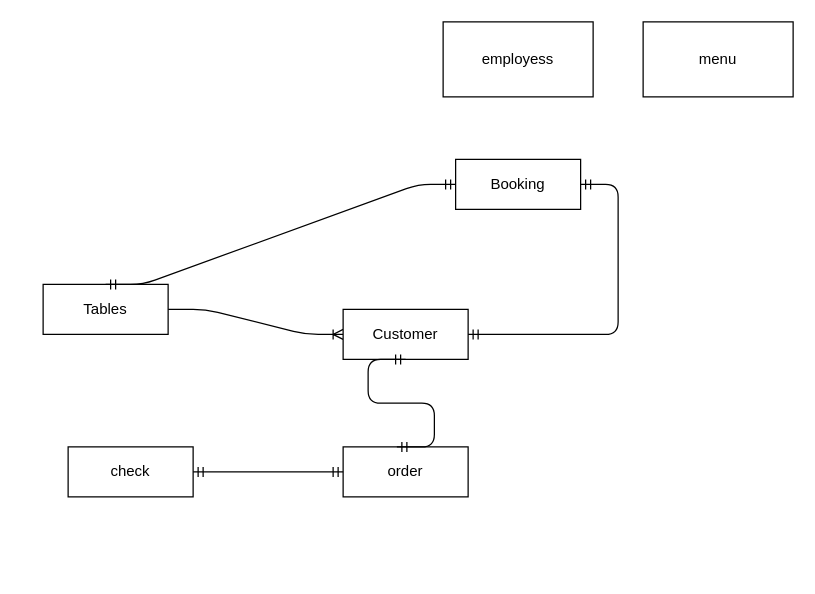
Before: Untitled Diagram.drawio in Dmitryitis/Restotanr, a draw.io diagram. Source tidied: cells renumbered, new cells numbered last; positions are measured from the earlier drawing's top-left corner, leaving out a move shared by most shapes. Both pictures are drawn from the tidied source at 125%, with x=0, y=0 at pixel (42, 21).
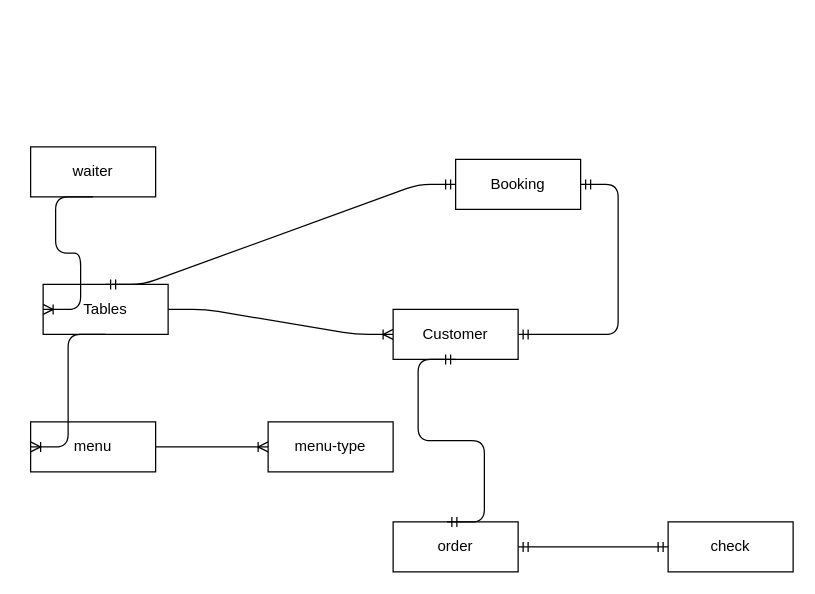
After the change.

The edit, as a diff of the source:
```diff
@@
 <mxGraphModel>
   <root>
     <mxCell id="0" />
     <mxCell id="1" parent="0" />
-    <mxCell id="2" style="rounded=0;whiteSpace=wrap;html=1;" parent="1" vertex="1">
-      <mxGeometry x="320" width="120" height="60" as="geometry" />
-    </mxCell>
-    <mxCell id="3" value="employess" style="text;html=1;strokeColor=none;fillColor=none;align=center;verticalAlign=middle;whiteSpace=wrap;rounded=0;" parent="1" vertex="1">
-      <mxGeometry x="360" y="20" width="40" height="20" as="geometry" />
-    </mxCell>
-    <mxCell id="4" style="rounded=0;whiteSpace=wrap;html=1;" parent="1" vertex="1">
-      <mxGeometry x="480" width="120" height="60" as="geometry" />
-    </mxCell>
-    <mxCell id="5" value="menu" style="text;html=1;strokeColor=none;fillColor=none;align=center;verticalAlign=middle;whiteSpace=wrap;rounded=0;" parent="1" vertex="1">
-      <mxGeometry x="520" y="20" width="40" height="20" as="geometry" />
-    </mxCell>
     <mxCell id="6" style="edgeStyle=entityRelationEdgeStyle;fontSize=12;html=1;endArrow=ERoneToMany;exitX=1;exitY=0.5;exitDx=0;exitDy=0;" parent="1" edge="1" source="8" target="7">
       <mxGeometry relative="1" as="geometry" />
     </mxCell>
     <mxCell id="7" value="Customer" style="whiteSpace=wrap;html=1;align=center;" parent="1" vertex="1">
-      <mxGeometry x="240" y="230" width="100" height="40" as="geometry" />
+      <mxGeometry x="280" y="230" width="100" height="40" as="geometry" />
     </mxCell>
     <mxCell id="8" value="Tables" style="whiteSpace=wrap;html=1;align=center;" parent="1" vertex="1">
       <mxGeometry y="210" width="100" height="40" as="geometry" />
     </mxCell>
     <mxCell id="9" value="Booking" style="whiteSpace=wrap;html=1;align=center;" parent="1" vertex="1">
       <mxGeometry x="330" y="110" width="100" height="40" as="geometry" />
     </mxCell>
     <mxCell id="10" style="edgeStyle=entityRelationEdgeStyle;fontSize=12;html=1;endArrow=ERmandOne;startArrow=ERmandOne;exitX=1;exitY=0.5;exitDx=0;exitDy=0;" parent="1" edge="1" source="7" target="9">
       <mxGeometry relative="1" as="geometry" />
     </mxCell>
     <mxCell id="11" style="edgeStyle=entityRelationEdgeStyle;fontSize=12;html=1;endArrow=ERmandOne;startArrow=ERmandOne;entryX=0;entryY=0.5;entryDx=0;entryDy=0;exitX=0.5;exitY=0;exitDx=0;exitDy=0;" parent="1" edge="1" source="8" target="9">
       <mxGeometry relative="1" as="geometry" />
     </mxCell>
     <mxCell id="12" value="order" style="whiteSpace=wrap;html=1;align=center;" parent="1" vertex="1">
-      <mxGeometry x="240" y="340" width="100" height="40" as="geometry" />
+      <mxGeometry x="280" y="400" width="100" height="40" as="geometry" />
     </mxCell>
     <mxCell id="13" style="edgeStyle=entityRelationEdgeStyle;fontSize=12;html=1;endArrow=ERmandOne;startArrow=ERmandOne;entryX=0.5;entryY=1;entryDx=0;entryDy=0;exitX=0.43;exitY=0;exitDx=0;exitDy=0;exitPerimeter=0;" parent="1" edge="1" source="12" target="7">
       <mxGeometry relative="1" as="geometry" />
     </mxCell>
     <mxCell id="14" value="check" style="whiteSpace=wrap;html=1;align=center;" parent="1" vertex="1">
-      <mxGeometry x="20" y="340" width="100" height="40" as="geometry" />
+      <mxGeometry x="500" y="400" width="100" height="40" as="geometry" />
     </mxCell>
-    <mxCell id="15" style="edgeStyle=entityRelationEdgeStyle;fontSize=12;html=1;endArrow=ERmandOne;startArrow=ERmandOne;entryX=0;entryY=0.5;entryDx=0;entryDy=0;exitX=1;exitY=0.5;exitDx=0;exitDy=0;" parent="1" edge="1" source="14" target="12">
-      <mxGeometry relative="1" as="geometry" />
-    </mxCell>
+    <mxCell id="16" value="waiter" style="whiteSpace=wrap;html=1;align=center;" parent="1" vertex="1">
+      <mxGeometry x="-10" y="100" width="100" height="40" as="geometry" />
+    </mxCell>
+    <mxCell id="17" style="edgeStyle=entityRelationEdgeStyle;fontSize=12;html=1;endArrow=ERoneToMany;exitX=0.5;exitY=1;exitDx=0;exitDy=0;entryX=0;entryY=0.5;entryDx=0;entryDy=0;" parent="1" edge="1" source="16" target="8">
+      <mxGeometry relative="1" as="geometry" />
+    </mxCell>
+    <mxCell id="5" value="menu" style="whiteSpace=wrap;html=1;align=center;" parent="1" vertex="1">
+      <mxGeometry x="-10" y="320" width="100" height="40" as="geometry" />
+    </mxCell>
+    <mxCell id="18" style="edgeStyle=entityRelationEdgeStyle;fontSize=12;html=1;endArrow=ERoneToMany;exitX=0.5;exitY=1;exitDx=0;exitDy=0;entryX=0;entryY=0.5;entryDx=0;entryDy=0;" parent="1" edge="1" source="8" target="5">
+      <mxGeometry relative="1" as="geometry" />
+    </mxCell>
+    <mxCell id="19" value="menu-type" style="whiteSpace=wrap;html=1;align=center;" parent="1" vertex="1">
+      <mxGeometry x="180" y="320" width="100" height="40" as="geometry" />
+    </mxCell>
+    <mxCell id="20" style="edgeStyle=entityRelationEdgeStyle;fontSize=12;html=1;endArrow=ERoneToMany;entryX=0;entryY=0.5;entryDx=0;entryDy=0;exitX=1;exitY=0.5;exitDx=0;exitDy=0;" parent="1" edge="1" source="5" target="19">
+      <mxGeometry relative="1" as="geometry" />
+    </mxCell>
+    <mxCell id="21" style="edgeStyle=entityRelationEdgeStyle;fontSize=12;html=1;endArrow=ERmandOne;startArrow=ERmandOne;entryX=0;entryY=0.5;entryDx=0;entryDy=0;exitX=1;exitY=0.5;exitDx=0;exitDy=0;" parent="1" edge="1" source="12" target="14">
+      <mxGeometry relative="1" as="geometry" />
+    </mxCell>
   </root>
 </mxGraphModel>
```
